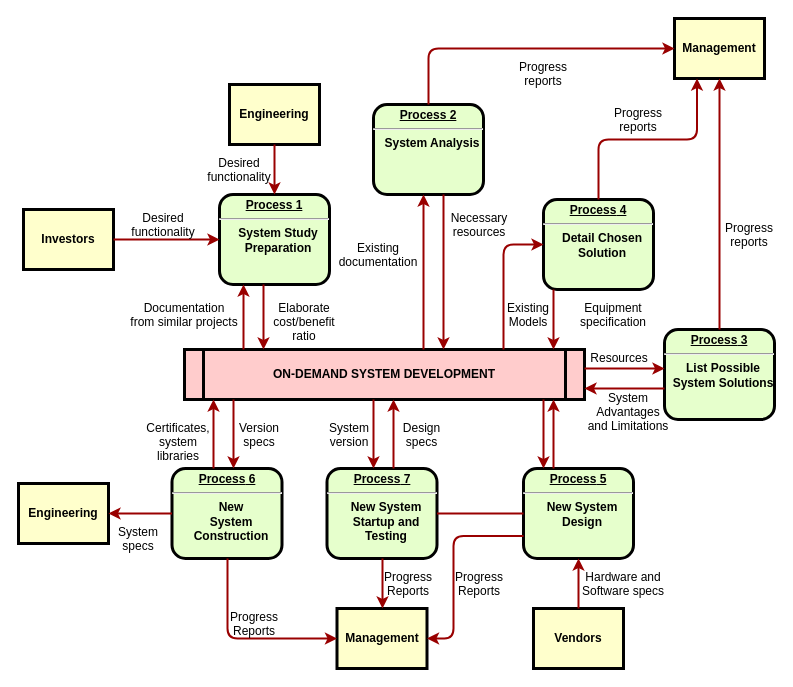
oyb001/Tutorial keeps this draw.io diagram as Untitled Diagram.drawio. Above is the earlier version. Source tidied: cells renumbered, new cells numbered last; positions are measured from the earlier drawing's top-left corner, leaving out a move shared by most shapes. Both pictures are drawn from the tidied source at 100%, with x=0, y=0 at pixel (18, 18).
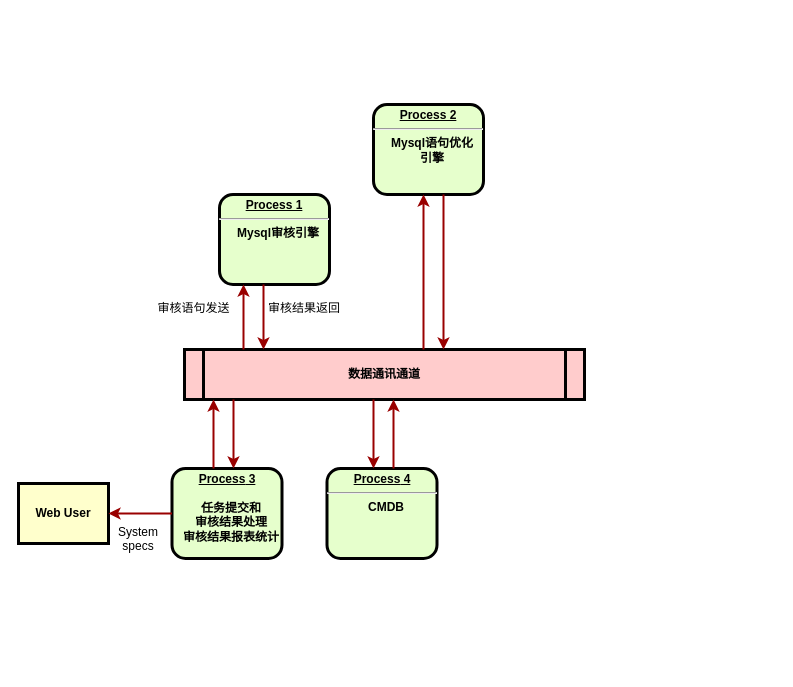
The same diagram, later.

Commit message:
数据库审核架构

Change to the diagram source:
```diff
@@
-    <mxCell id="2" value="&lt;p style=&quot;margin: 0px; margin-top: 4px; text-align: center; text-decoration: underline;&quot;&gt;&lt;strong&gt;Process 1&lt;br /&gt;&lt;/strong&gt;&lt;/p&gt;&lt;hr /&gt;&lt;p style=&quot;margin: 0px; margin-left: 8px;&quot;&gt;System Study&lt;/p&gt;&lt;p style=&quot;margin: 0px; margin-left: 8px;&quot;&gt;Preparation&lt;/p&gt;" style="verticalAlign=middle;align=center;overflow=fill;fontSize=12;fontFamily=Helvetica;html=1;rounded=1;fontStyle=1;strokeWidth=3;fillColor=#E6FFCC;" parent="1" vertex="1">
+    <mxCell id="2" value="&lt;p style=&quot;margin: 0px ; margin-top: 4px ; text-align: center ; text-decoration: underline&quot;&gt;&lt;strong&gt;Process 1&lt;br&gt;&lt;/strong&gt;&lt;/p&gt;&lt;hr&gt;&lt;p style=&quot;margin: 0px ; margin-left: 8px&quot;&gt;Mysql审核引擎&lt;/p&gt;" style="verticalAlign=middle;align=center;overflow=fill;fontSize=12;fontFamily=Helvetica;html=1;rounded=1;fontStyle=1;strokeWidth=3;fillColor=#E6FFCC;" parent="1" vertex="1">
       <mxGeometry x="201" y="176" width="110" height="90" as="geometry" />
     </mxCell>
-    <mxCell id="3" value="Engineering" style="whiteSpace=wrap;align=center;verticalAlign=middle;fontStyle=1;strokeWidth=3;fillColor=#FFFFCC;" parent="1" vertex="1">
-      <mxGeometry x="211" y="66" width="90" height="60" as="geometry" />
-    </mxCell>
-    <mxCell id="4" value="Investors" style="whiteSpace=wrap;align=center;verticalAlign=middle;fontStyle=1;strokeWidth=3;fillColor=#FFFFCC;" parent="1" vertex="1">
-      <mxGeometry x="5" y="191" width="90" height="60" as="geometry" />
-    </mxCell>
-    <mxCell id="5" value="ON-DEMAND SYSTEM DEVELOPMENT" style="shape=process;whiteSpace=wrap;align=center;verticalAlign=middle;size=0.0475;fontStyle=1;strokeWidth=3;fillColor=#FFCCCC;" parent="1" vertex="1">
+    <mxCell id="5" value="数据通讯通道" style="shape=process;whiteSpace=wrap;align=center;verticalAlign=middle;size=0.0475;fontStyle=1;strokeWidth=3;fillColor=#FFCCCC;" parent="1" vertex="1">
       <mxGeometry x="166" y="331" width="400" height="50" as="geometry" />
     </mxCell>
-    <mxCell id="6" value="&lt;p style=&quot;margin: 0px; margin-top: 4px; text-align: center; text-decoration: underline;&quot;&gt;&lt;strong&gt;Process 2&lt;br /&gt;&lt;/strong&gt;&lt;/p&gt;&lt;hr /&gt;&lt;p style=&quot;margin: 0px; margin-left: 8px;&quot;&gt;System Analysis&lt;/p&gt;" style="verticalAlign=middle;align=center;overflow=fill;fontSize=12;fontFamily=Helvetica;html=1;rounded=1;fontStyle=1;strokeWidth=3;fillColor=#E6FFCC;" parent="1" vertex="1">
+    <mxCell id="6" value="&lt;p style=&quot;margin: 0px ; margin-top: 4px ; text-align: center ; text-decoration: underline&quot;&gt;&lt;strong&gt;Process 2&lt;br&gt;&lt;/strong&gt;&lt;/p&gt;&lt;hr&gt;&lt;p style=&quot;margin: 0px ; margin-left: 8px&quot;&gt;Mysql语句优化&lt;/p&gt;&lt;p style=&quot;margin: 0px ; margin-left: 8px&quot;&gt;引擎&lt;/p&gt;" style="verticalAlign=middle;align=center;overflow=fill;fontSize=12;fontFamily=Helvetica;html=1;rounded=1;fontStyle=1;strokeWidth=3;fillColor=#E6FFCC;" parent="1" vertex="1">
       <mxGeometry x="355" y="86" width="110" height="90" as="geometry" />
     </mxCell>
-    <mxCell id="7" value="&lt;p style=&quot;margin: 0px; margin-top: 4px; text-align: center; text-decoration: underline;&quot;&gt;&lt;strong&gt;&lt;strong&gt;Process&lt;/strong&gt; 3&lt;br /&gt;&lt;/strong&gt;&lt;/p&gt;&lt;hr /&gt;&lt;p style=&quot;margin: 0px; margin-left: 8px;&quot;&gt;List Possible&lt;/p&gt;&lt;p style=&quot;margin: 0px; margin-left: 8px;&quot;&gt;System Solutions&lt;/p&gt;" style="verticalAlign=middle;align=center;overflow=fill;fontSize=12;fontFamily=Helvetica;html=1;rounded=1;fontStyle=1;strokeWidth=3;fillColor=#E6FFCC;" parent="1" vertex="1">
-      <mxGeometry x="646" y="311" width="110" height="90" as="geometry" />
-    </mxCell>
-    <mxCell id="8" value="&lt;p style=&quot;margin: 0px; margin-top: 4px; text-align: center; text-decoration: underline;&quot;&gt;&lt;strong&gt;&lt;strong&gt;Process&lt;/strong&gt; 4&lt;br /&gt;&lt;/strong&gt;&lt;/p&gt;&lt;hr /&gt;&lt;p style=&quot;margin: 0px; margin-left: 8px;&quot;&gt;Detail Chosen&lt;/p&gt;&lt;p style=&quot;margin: 0px; margin-left: 8px;&quot;&gt;Solution&lt;/p&gt;" style="verticalAlign=middle;align=center;overflow=fill;fontSize=12;fontFamily=Helvetica;html=1;rounded=1;fontStyle=1;strokeWidth=3;fillColor=#E6FFCC;" parent="1" vertex="1">
-      <mxGeometry x="525" y="181" width="110" height="90" as="geometry" />
-    </mxCell>
-    <mxCell id="9" value="&lt;p style=&quot;margin: 0px; margin-top: 4px; text-align: center; text-decoration: underline;&quot;&gt;&lt;strong&gt;&lt;strong&gt;Process&lt;/strong&gt; 5&lt;br /&gt;&lt;/strong&gt;&lt;/p&gt;&lt;hr /&gt;&lt;p style=&quot;margin: 0px; margin-left: 8px;&quot;&gt;New System&lt;/p&gt;&lt;p style=&quot;margin: 0px; margin-left: 8px;&quot;&gt;Design&lt;/p&gt;" style="verticalAlign=middle;align=center;overflow=fill;fontSize=12;fontFamily=Helvetica;html=1;rounded=1;fontStyle=1;strokeWidth=3;fillColor=#E6FFCC;" parent="1" vertex="1">
-      <mxGeometry x="505" y="450" width="110" height="90" as="geometry" />
-    </mxCell>
-    <mxCell id="10" value="&lt;p style=&quot;margin: 0px; margin-top: 4px; text-align: center; text-decoration: underline;&quot;&gt;&lt;strong&gt;&lt;strong&gt;Process&lt;/strong&gt; 6&lt;br /&gt;&lt;/strong&gt;&lt;/p&gt;&lt;hr /&gt;&lt;p style=&quot;margin: 0px; margin-left: 8px;&quot;&gt;New&lt;/p&gt;&lt;p style=&quot;margin: 0px; margin-left: 8px;&quot;&gt;System&lt;/p&gt;&lt;p style=&quot;margin: 0px; margin-left: 8px;&quot;&gt;Construction&lt;/p&gt;" style="verticalAlign=middle;align=center;overflow=fill;fontSize=12;fontFamily=Helvetica;html=1;rounded=1;fontStyle=1;strokeWidth=3;fillColor=#E6FFCC;" parent="1" vertex="1">
+    <mxCell id="10" value="&lt;p style=&quot;margin: 0px ; margin-top: 4px ; text-align: center ; text-decoration: underline&quot;&gt;&lt;strong&gt;&lt;strong&gt;Process&lt;/strong&gt;&amp;nbsp;3&lt;br&gt;&lt;/strong&gt;&lt;/p&gt;&lt;p style=&quot;margin: 0px ; margin-left: 8px&quot;&gt;&lt;br&gt;&lt;/p&gt;&lt;p style=&quot;margin: 0px ; margin-left: 8px&quot;&gt;任务提交和&lt;/p&gt;&lt;p style=&quot;margin: 0px ; margin-left: 8px&quot;&gt;审核结果处理&lt;/p&gt;&lt;p style=&quot;margin: 0px ; margin-left: 8px&quot;&gt;审核结果报表统计&lt;/p&gt;" style="verticalAlign=middle;align=center;overflow=fill;fontSize=12;fontFamily=Helvetica;html=1;rounded=1;fontStyle=1;strokeWidth=3;fillColor=#E6FFCC;" parent="1" vertex="1">
       <mxGeometry x="153.5" y="450" width="110" height="90" as="geometry" />
     </mxCell>
-    <mxCell id="11" value="Management" style="whiteSpace=wrap;align=center;verticalAlign=middle;fontStyle=1;strokeWidth=3;fillColor=#FFFFCC;" parent="1" vertex="1">
-      <mxGeometry x="656" width="90" height="60" as="geometry" />
-    </mxCell>
-    <mxCell id="12" value="Management" style="whiteSpace=wrap;align=center;verticalAlign=middle;fontStyle=1;strokeWidth=3;fillColor=#FFFFCC;" parent="1" vertex="1">
-      <mxGeometry x="318.5" y="590" width="90" height="60" as="geometry" />
-    </mxCell>
-    <mxCell id="13" value="Engineering" style="whiteSpace=wrap;align=center;verticalAlign=middle;fontStyle=1;strokeWidth=3;fillColor=#FFFFCC;" parent="1" vertex="1">
+    <mxCell id="13" value="Web User" style="whiteSpace=wrap;align=center;verticalAlign=middle;fontStyle=1;strokeWidth=3;fillColor=#FFFFCC;" parent="1" vertex="1">
       <mxGeometry y="465" width="90" height="60" as="geometry" />
     </mxCell>
-    <mxCell id="14" value="Vendors" style="whiteSpace=wrap;align=center;verticalAlign=middle;fontStyle=1;strokeWidth=3;fillColor=#FFFFCC;" parent="1" vertex="1">
-      <mxGeometry x="515" y="590" width="90" height="60" as="geometry" />
-    </mxCell>
-    <mxCell id="15" style="edgeStyle=none;noEdgeStyle=1;strokeColor=#990000;strokeWidth=2;" parent="1" edge="1" source="3" target="2">
-      <mxGeometry relative="1" as="geometry" />
-    </mxCell>
-    <mxCell id="16" style="edgeStyle=none;noEdgeStyle=1;strokeColor=#990000;strokeWidth=2;" parent="1" edge="1" source="4" target="2">
-      <mxGeometry relative="1" as="geometry" />
-    </mxCell>
-    <mxCell id="17" value="&lt;p style=&quot;margin: 0px; margin-top: 4px; text-align: center; text-decoration: underline;&quot;&gt;&lt;strong&gt;&lt;strong&gt;Process&lt;/strong&gt; 7&lt;br /&gt;&lt;/strong&gt;&lt;/p&gt;&lt;hr /&gt;&lt;p style=&quot;margin: 0px; margin-left: 8px;&quot;&gt;New System&lt;/p&gt;&lt;p style=&quot;margin: 0px; margin-left: 8px;&quot;&gt;Startup and&lt;/p&gt;&lt;p style=&quot;margin: 0px; margin-left: 8px;&quot;&gt;Testing&lt;/p&gt;" style="verticalAlign=middle;align=center;overflow=fill;fontSize=12;fontFamily=Helvetica;html=1;rounded=1;fontStyle=1;strokeWidth=3;fillColor=#E6FFCC;" parent="1" vertex="1">
+    <mxCell id="17" value="&lt;p style=&quot;margin: 0px ; margin-top: 4px ; text-align: center ; text-decoration: underline&quot;&gt;&lt;strong&gt;&lt;strong&gt;Process&lt;/strong&gt;&amp;nbsp;4&lt;br&gt;&lt;/strong&gt;&lt;/p&gt;&lt;hr&gt;&lt;p style=&quot;margin: 0px ; margin-left: 8px&quot;&gt;CMDB&lt;/p&gt;" style="verticalAlign=middle;align=center;overflow=fill;fontSize=12;fontFamily=Helvetica;html=1;rounded=1;fontStyle=1;strokeWidth=3;fillColor=#E6FFCC;" parent="1" vertex="1">
       <mxGeometry x="308.5" y="450" width="110" height="90" as="geometry" />
     </mxCell>
-    <mxCell id="18" style="endArrow=none;noEdgeStyle=1;strokeColor=#990000;strokeWidth=2;" parent="1" edge="1" source="9" target="17">
-      <mxGeometry relative="1" as="geometry" />
-    </mxCell>
-    <mxCell id="19" value="Desired &#10;functionality" style="text;spacingTop=-5;align=center;" parent="1" vertex="1">
-      <mxGeometry x="130" y="191" width="30" height="20" as="geometry" />
-    </mxCell>
-    <mxCell id="20" value="Desired &#10;functionality" style="text;spacingTop=-5;align=center;" parent="1" vertex="1">
-      <mxGeometry x="206" y="136" width="30" height="20" as="geometry" />
-    </mxCell>
-    <mxCell id="21" value="Documentation&#10;from similar projects" style="text;spacingTop=-5;align=center;" parent="1" vertex="1">
-      <mxGeometry x="151" y="281" width="30" height="20" as="geometry" />
-    </mxCell>
@@
-    <mxCell id="24" value="Elaborate&#10;cost/benefit&#10;ratio" style="text;spacingTop=-5;align=center;" parent="1" vertex="1">
+    <mxCell id="24" value="审核结果返回" style="text;spacingTop=-5;align=center;" parent="1" vertex="1">
       <mxGeometry x="271" y="281" width="30" height="20" as="geometry" />
     </mxCell>
@@
-    <mxCell id="27" value="Existing&#10;documentation" style="text;spacingTop=-5;align=center;" parent="1" vertex="1">
-      <mxGeometry x="345" y="221" width="30" height="20" as="geometry" />
-    </mxCell>
-    <mxCell id="28" value="Necessary&#10;resources" style="text;spacingTop=-5;align=center;" parent="1" vertex="1">
-      <mxGeometry x="446" y="191" width="30" height="20" as="geometry" />
-    </mxCell>
-    <mxCell id="29" value="Progress&#10;reports" style="text;spacingTop=-5;align=center;" parent="1" vertex="1">
-      <mxGeometry x="510" y="40" width="30" height="20" as="geometry" />
-    </mxCell>
-    <mxCell id="30" value="Progress&#10;reports" style="text;spacingTop=-5;align=center;" parent="1" vertex="1">
-      <mxGeometry x="605" y="86" width="30" height="20" as="geometry" />
-    </mxCell>
-    <mxCell id="31" value="Progress&#10;reports" style="text;spacingTop=-5;align=center;" parent="1" vertex="1">
-      <mxGeometry x="716" y="201" width="30" height="20" as="geometry" />
-    </mxCell>
-    <mxCell id="32" style="edgeStyle=elbowEdgeStyle;elbow=horizontal;strokeColor=#990000;strokeWidth=2;" parent="1" edge="1" source="6" target="11">
-      <mxGeometry relative="1" as="geometry">
-        <Array as="points">
-          <mxPoint x="410" y="80" />
-        </Array>
-      </mxGeometry>
-    </mxCell>
-    <mxCell id="33" style="edgeStyle=elbowEdgeStyle;elbow=vertical;entryX=0.25;entryY=1;strokeColor=#990000;strokeWidth=2;" parent="1" edge="1" source="8" target="11">
-      <mxGeometry relative="1" as="geometry" />
-    </mxCell>
-    <mxCell id="34" style="edgeStyle=elbowEdgeStyle;elbow=horizontal;strokeColor=#990000;strokeWidth=2;" parent="1" edge="1" source="7" target="11">
-      <mxGeometry relative="1" as="geometry" />
-    </mxCell>
-    <mxCell id="35" style="edgeStyle=elbowEdgeStyle;elbow=horizontal;strokeColor=#990000;strokeWidth=2;" parent="1" edge="1" source="8" target="5">
-      <mxGeometry relative="1" as="geometry">
-        <Array as="points">
-          <mxPoint x="535" y="300" />
-        </Array>
-      </mxGeometry>
-    </mxCell>
-    <mxCell id="36" style="edgeStyle=segmentEdgeStyle;strokeColor=#990000;strokeWidth=2;" parent="1" edge="1" source="5" target="8">
-      <mxGeometry relative="1" as="geometry">
-        <Array as="points">
-          <mxPoint x="485" y="226" />
-        </Array>
-      </mxGeometry>
-    </mxCell>
-    <mxCell id="37" value="Existing&#10;Models" style="text;spacingTop=-5;align=center;" parent="1" vertex="1">
-      <mxGeometry x="495" y="281" width="30" height="20" as="geometry" />
-    </mxCell>
-    <mxCell id="38" value="Equipment&#10;specification" style="text;spacingTop=-5;align=center;" parent="1" vertex="1">
-      <mxGeometry x="580" y="281" width="30" height="20" as="geometry" />
-    </mxCell>
-    <mxCell id="39" style="edgeStyle=elbowEdgeStyle;elbow=vertical;strokeColor=#990000;strokeWidth=2;" parent="1" edge="1" source="5" target="7">
-      <mxGeometry relative="1" as="geometry">
-        <Array as="points">
-          <mxPoint x="615" y="350" />
-        </Array>
-      </mxGeometry>
-    </mxCell>
-    <mxCell id="40" style="edgeStyle=elbowEdgeStyle;elbow=vertical;strokeColor=#990000;strokeWidth=2;" parent="1" edge="1" source="7" target="5">
-      <mxGeometry relative="1" as="geometry">
-        <Array as="points">
-          <mxPoint x="615" y="370" />
-        </Array>
-      </mxGeometry>
-    </mxCell>
-    <mxCell id="41" value="Resources" style="text;spacingTop=-5;align=center;" parent="1" vertex="1">
-      <mxGeometry x="586" y="331" width="30" height="20" as="geometry" />
-    </mxCell>
-    <mxCell id="42" value="System &#10;Advantages &#10;and Limitations" style="text;spacingTop=-5;align=center;" parent="1" vertex="1">
-      <mxGeometry x="595" y="371" width="30" height="20" as="geometry" />
-    </mxCell>
-    <mxCell id="43" style="edgeStyle=elbowEdgeStyle;elbow=horizontal;strokeColor=#990000;strokeWidth=2;" parent="1" edge="1" source="9" target="5">
-      <mxGeometry relative="1" as="geometry">
-        <Array as="points">
-          <mxPoint x="535" y="410" />
-        </Array>
-      </mxGeometry>
-    </mxCell>
-    <mxCell id="44" style="edgeStyle=elbowEdgeStyle;elbow=horizontal;strokeColor=#990000;strokeWidth=2;" parent="1" edge="1" source="5" target="9">
-      <mxGeometry relative="1" as="geometry">
-        <Array as="points">
-          <mxPoint x="525" y="420" />
-        </Array>
-      </mxGeometry>
-    </mxCell>
-    <mxCell id="45" style="edgeStyle=elbowEdgeStyle;elbow=horizontal;strokeColor=#990000;strokeWidth=2;" parent="1" edge="1" source="14" target="9">
-      <mxGeometry relative="1" as="geometry" />
-    </mxCell>
-    <mxCell id="46" value="Hardware and&#10;Software specs" style="text;spacingTop=-5;align=center;" parent="1" vertex="1">
-      <mxGeometry x="590" y="550" width="30" height="20" as="geometry" />
-    </mxCell>
-    <mxCell id="47" style="edgeStyle=elbowEdgeStyle;elbow=horizontal;exitX=0;exitY=0.75;strokeColor=#990000;strokeWidth=2;" parent="1" edge="1" source="9" target="12">
-      <mxGeometry relative="1" as="geometry">
-        <Array as="points">
-          <mxPoint x="435" y="570" />
-        </Array>
-      </mxGeometry>
-    </mxCell>
-    <mxCell id="48" value="Progress&#10;Reports" style="text;spacingTop=-5;align=center;" parent="1" vertex="1">
-      <mxGeometry x="446" y="550" width="30" height="20" as="geometry" />
-    </mxCell>
-    <mxCell id="49" style="edgeStyle=elbowEdgeStyle;elbow=horizontal;strokeColor=#990000;strokeWidth=2;" parent="1" edge="1" source="17" target="12">
-      <mxGeometry relative="1" as="geometry" />
-    </mxCell>
-    <mxCell id="50" value="Progress&#10;Reports" style="text;spacingTop=-5;align=center;" parent="1" vertex="1">
-      <mxGeometry x="375" y="550" width="30" height="20" as="geometry" />
-    </mxCell>
-    <mxCell id="51" style="edgeStyle=elbowEdgeStyle;elbow=horizontal;strokeColor=#990000;strokeWidth=2;" parent="1" edge="1" source="10" target="12">
-      <mxGeometry relative="1" as="geometry">
-        <Array as="points">
-          <mxPoint x="209" y="570" />
-        </Array>
-      </mxGeometry>
-    </mxCell>
-    <mxCell id="52" value="Progress&#10;Reports" style="text;spacingTop=-5;align=center;" parent="1" vertex="1">
-      <mxGeometry x="221" y="590" width="30" height="20" as="geometry" />
-    </mxCell>
@@
-    <mxCell id="56" value="Version&#10;specs" style="text;spacingTop=-5;align=center;" parent="1" vertex="1">
-      <mxGeometry x="226" y="401" width="30" height="20" as="geometry" />
-    </mxCell>
-    <mxCell id="57" value="Certificates,&#10;system&#10;libraries" style="text;spacingTop=-5;align=center;" parent="1" vertex="1">
-      <mxGeometry x="145" y="401" width="30" height="20" as="geometry" />
-    </mxCell>
@@
-    <mxCell id="61" value="Design&#10;specs" style="text;spacingTop=-5;align=center;" parent="1" vertex="1">
-      <mxGeometry x="388.5" y="401" width="30" height="20" as="geometry" />
-    </mxCell>
-    <mxCell id="62" value="System&#10;version" style="text;spacingTop=-5;align=center;" parent="1" vertex="1">
-      <mxGeometry x="316" y="401" width="30" height="20" as="geometry" />
-    </mxCell>
+    <mxCell id="63" value="审核语句发送" style="text;html=1;align=center;verticalAlign=middle;" parent="1" vertex="1">
+      <mxGeometry x="130" y="280" width="90" height="20" as="geometry" />
+    </mxCell>
```
